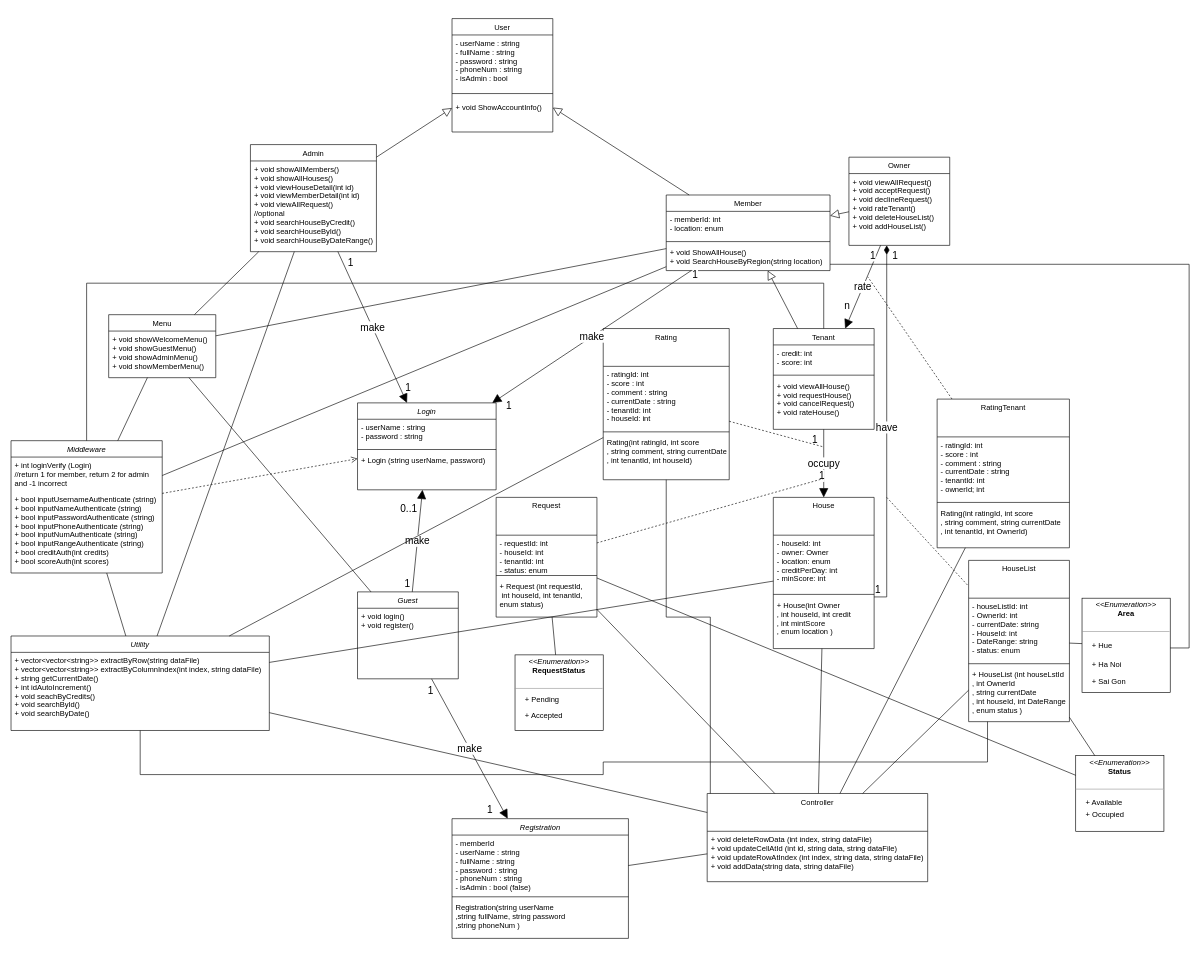
The draw.io diagram HouseRent.drawio in TrungNgo21/ERD_SQL, before the edit. Source tidied: cells renumbered, new cells numbered last; positions are measured from the earlier drawing's top-left corner, leaving out a move shared by most shapes. Both pictures are drawn from the tidied source at 63%, with x=0, y=0 at pixel (11, 18).
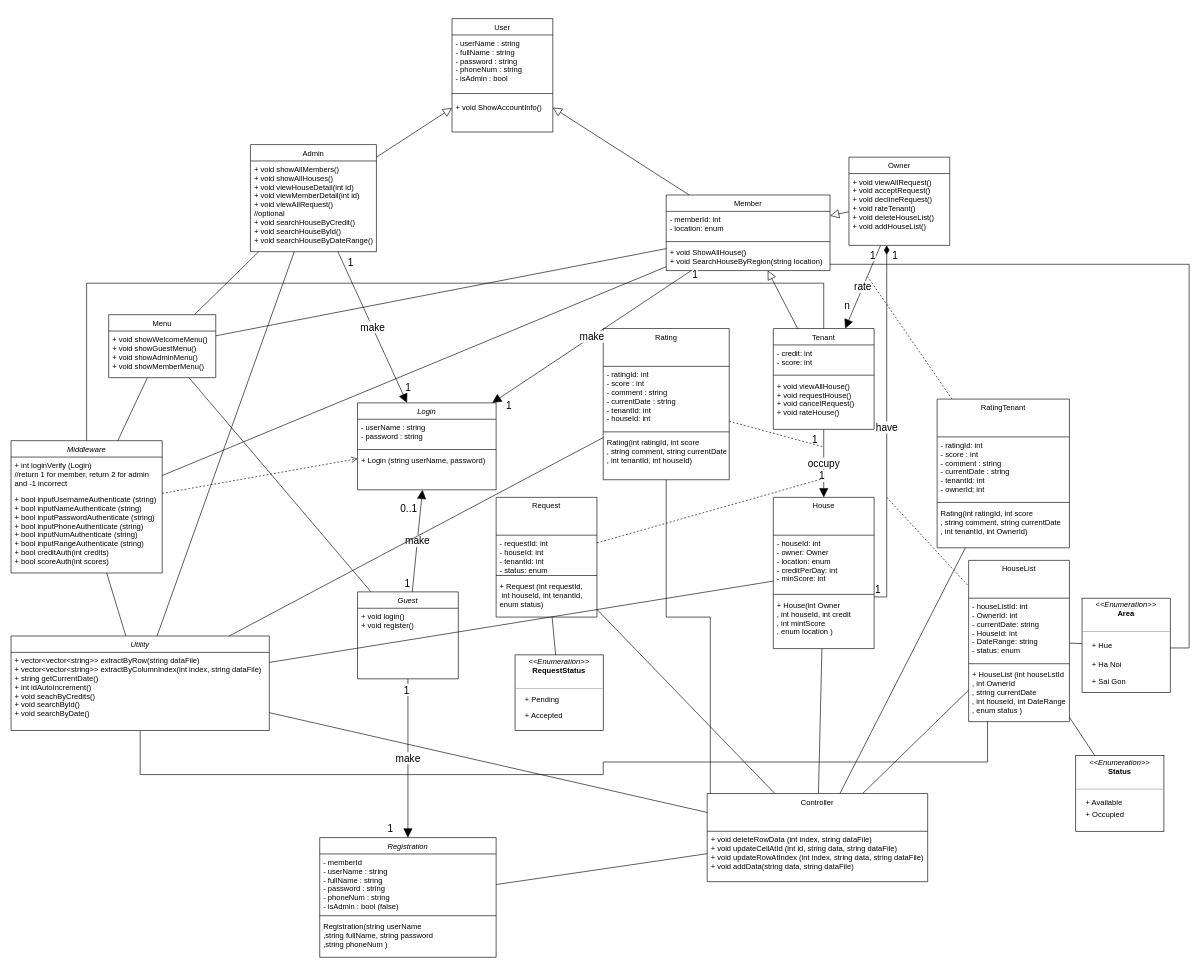
After the change.

Unchanged cells that the change refers to:
```xml
<mxCell id="35" value="Request" style="swimlane;fontStyle=0;align=center;verticalAlign=top;horizontal=1;startSize=60;rounded=0;shadow=0;strokeWidth=1;" parent="1" vertex="1">
  <mxGeometry x="770" y="760" width="160" height="190" as="geometry" />
</mxCell>
<mxCell id="112" value="&lt;p style=&quot;margin:0px;margin-top:4px;text-align:center;&quot;&gt;&lt;i&gt;&amp;lt;&amp;lt;Enumeration&amp;gt;&amp;gt;&lt;/i&gt;&lt;br&gt;&lt;b&gt;Status&lt;/b&gt;&lt;/p&gt;&lt;div&gt;&lt;b&gt;&lt;br&gt;&lt;/b&gt;&lt;/div&gt;&lt;hr size=&quot;1&quot;&gt;&lt;div style=&quot;height:2px;&quot;&gt;&lt;/div&gt;" style="verticalAlign=top;align=left;overflow=fill;fontSize=12;fontFamily=Helvetica;html=1;" parent="111" vertex="1">
  <mxGeometry width="140" height="120" as="geometry" />
</mxCell>
```

The edit, as a diff of the source:
```diff
@@
     <mxCell id="49" value="Registration" style="swimlane;fontStyle=2;align=center;verticalAlign=top;horizontal=1;startSize=26;rounded=0;shadow=0;strokeWidth=1;" parent="1" vertex="1">
-      <mxGeometry x="700" y="1270" width="280" height="190" as="geometry" />
+      <mxGeometry x="490" y="1300" width="280" height="190" as="geometry" />
     </mxCell>
@@
-    <mxCell id="118" style="endArrow=none;html=1;rounded=0;" parent="1" edge="1" source="112" target="35">
-      <mxGeometry relative="1" as="geometry" />
-    </mxCell>
```
